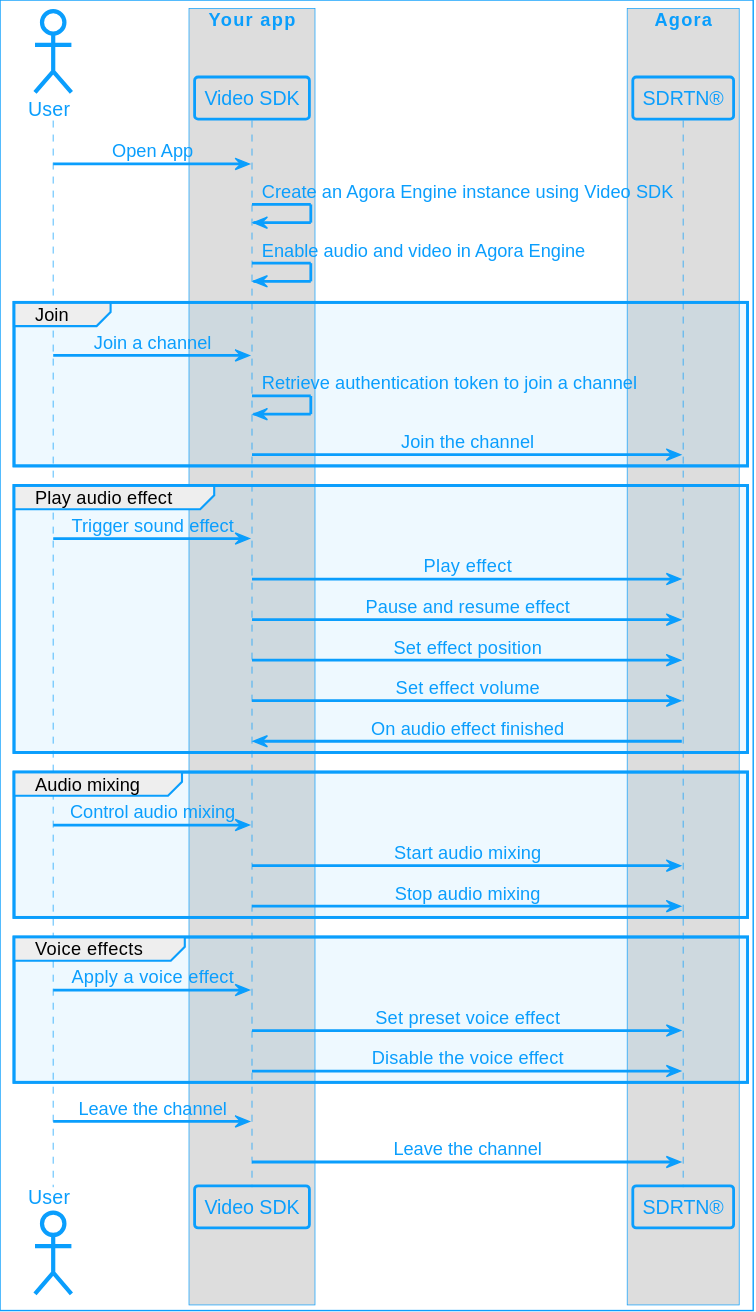
Before: assets/images/rtc-sdk/audio-and-voice-effects-without-audio-route.svg, a diagram exported from PlantUML (AgoraIO/Docs-Source).
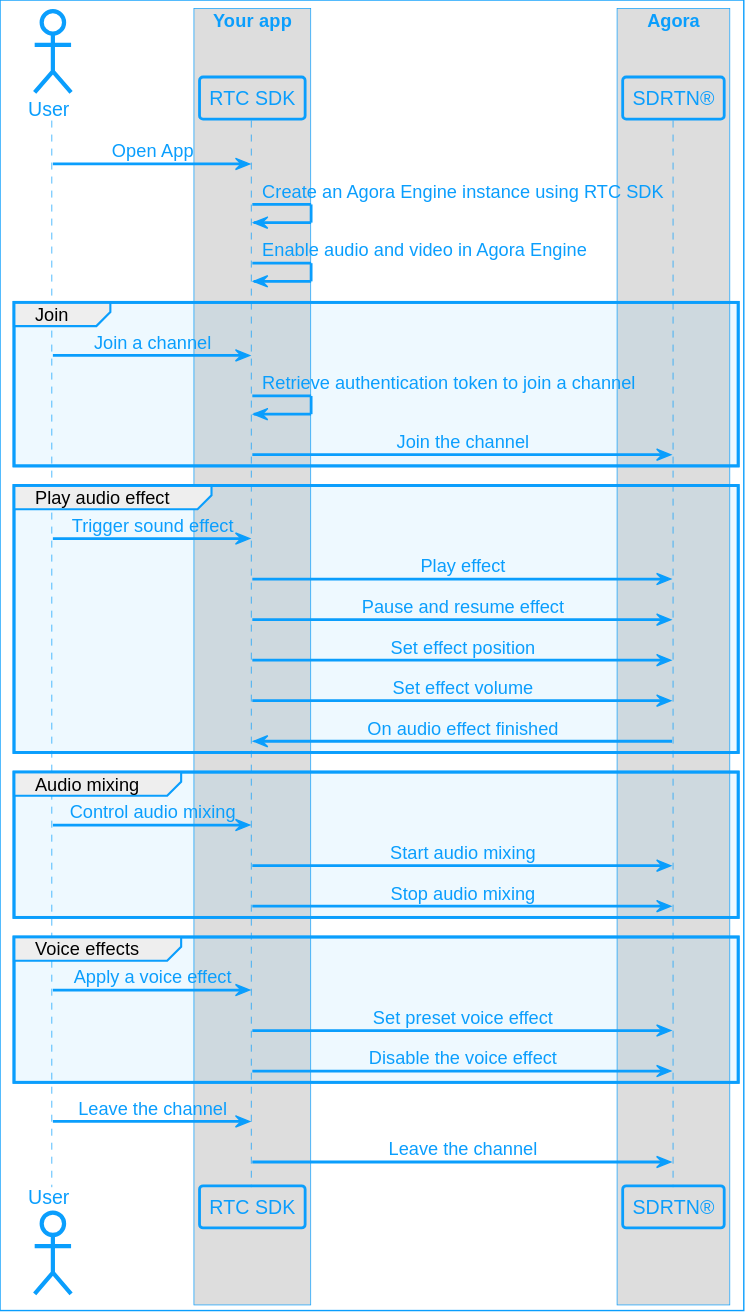
The same file after the commit.

Change to the diagram source:
```diff
@@ -4,7 +4,7 @@
 actor "User" as USR
 
 box "Your app"
-participant "Video SDK" as APP
+participant "RTC SDK" as APP
 end box
 
 box "Agora"
@@ -12,7 +12,7 @@
 end box
 
 USR -> APP: Open App
-APP -> APP: Create an Agora Engine instance using Video SDK
+APP -> APP: Create an Agora Engine instance using RTC SDK
 APP -> APP: Enable audio and video in Agora Engine
 
 group Join
```
